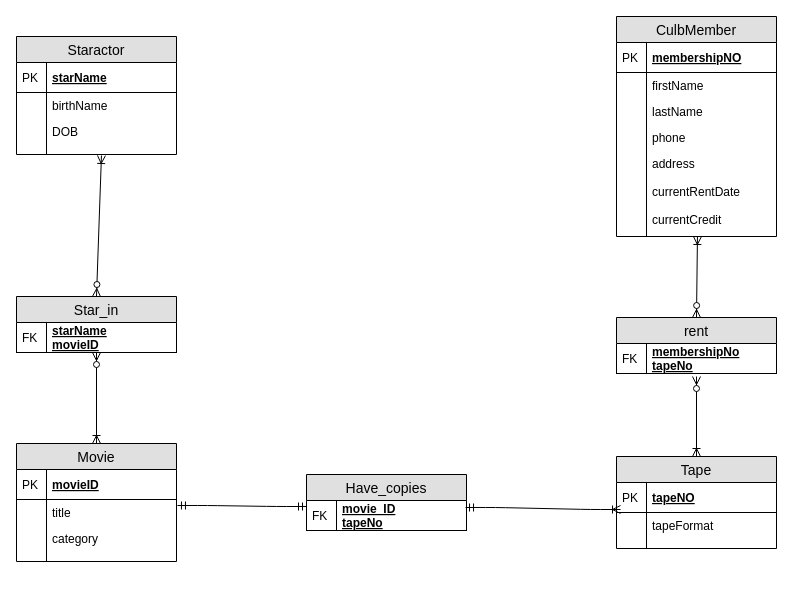
Earlier version of the draw.io diagram 6.drawio (ssd32033/Dteam). Source tidied: cells renumbered, new cells numbered last; positions are measured from the earlier drawing's top-left corner, leaving out a move shared by most shapes. Both pictures are drawn from the tidied source at 100%, with x=0, y=0 at pixel (16, 16).
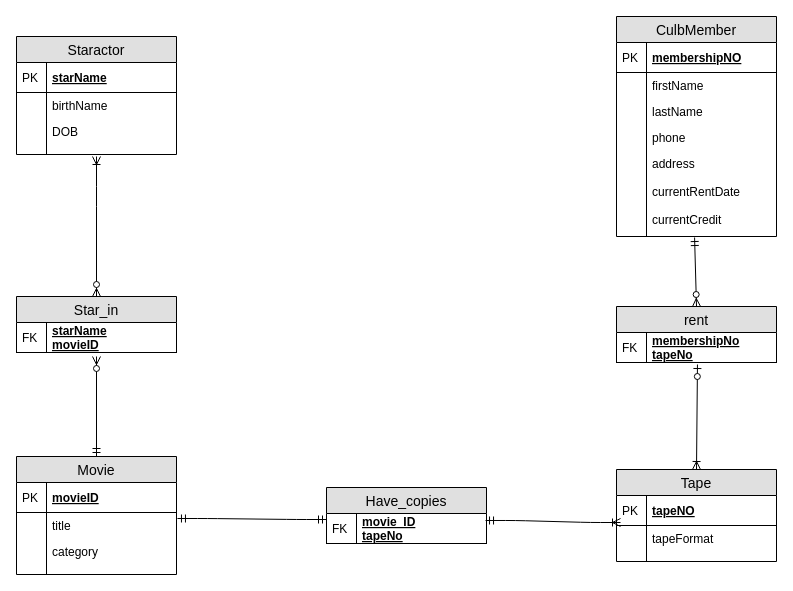
Above is the later version.

Unchanged cells that the change refers to:
```xml
<mxCell id="9" style="shape=partialRectangle;top=0;left=0;right=0;bottom=0;align=left;verticalAlign=top;fillColor=none;spacingLeft=34;spacingRight=4;overflow=hidden;points=[[0,0.5],[1,0.5]];portConstraint=eastwest;fontSize=12;" parent="2" vertex="1">
  <mxGeometry y="108" width="160" height="10" as="geometry" />
</mxCell>
<mxCell id="11" value="Star_in" style="swimlane;fontStyle=0;horizontal=1;startSize=26;fillColor=#e0e0e0;swimlaneFillColor=#ffffff;align=center;fontSize=14;" parent="1" vertex="1">
  <mxGeometry y="280" width="160" height="56" as="geometry" />
</mxCell>
<mxCell id="12" value="starName&#10;movieID" style="shape=partialRectangle;top=0;left=0;right=0;bottom=1;align=left;verticalAlign=middle;fillColor=none;spacingLeft=34;spacingRight=4;overflow=hidden;points=[[0,0.5],[1,0.5]];portConstraint=eastwest;fontStyle=5;fontSize=12;" parent="11" vertex="1">
  <mxGeometry y="26" width="160" height="30" as="geometry" />
</mxCell>
<mxCell id="42" value="address&#10;&#10;currentRentDate&#10;&#10;currentCredit" style="shape=partialRectangle;top=0;left=0;right=0;bottom=0;align=left;verticalAlign=top;fillColor=none;spacingLeft=34;spacingRight=4;overflow=hidden;points=[[0,0.5],[1,0.5]];portConstraint=eastwest;fontSize=12;" parent="33" vertex="1">
  <mxGeometry y="134" width="160" height="86" as="geometry" />
</mxCell>
<mxCell id="45" value="membershipNo&#10;tapeNo" style="shape=partialRectangle;top=0;left=0;right=0;bottom=1;align=left;verticalAlign=middle;fillColor=none;spacingLeft=34;spacingRight=4;overflow=hidden;points=[[0,0.5],[1,0.5]];portConstraint=eastwest;fontStyle=5;fontSize=12;" parent="44" vertex="1">
  <mxGeometry y="26" width="160" height="30" as="geometry" />
</mxCell>
```

Change to the diagram source:
```diff
@@
     <mxCell id="14" value="Movie" style="swimlane;fontStyle=0;horizontal=1;startSize=26;fillColor=#e0e0e0;swimlaneFillColor=#ffffff;align=center;fontSize=14;" parent="1" vertex="1">
-      <mxGeometry y="427" width="160" height="118" as="geometry" />
+      <mxGeometry y="440" width="160" height="118" as="geometry" />
     </mxCell>
@@
     <mxCell id="23" value="Have_copies" style="swimlane;fontStyle=0;horizontal=1;startSize=26;fillColor=#e0e0e0;swimlaneFillColor=#ffffff;align=center;fontSize=14;" parent="1" vertex="1">
-      <mxGeometry x="290" y="458" width="160" height="56" as="geometry" />
+      <mxGeometry x="310" y="471" width="160" height="56" as="geometry" />
     </mxCell>
@@
     <mxCell id="26" value="Tape" style="swimlane;fontStyle=0;horizontal=1;startSize=26;fillColor=#e0e0e0;swimlaneFillColor=#ffffff;align=center;fontSize=14;" parent="1" vertex="1">
-      <mxGeometry x="600" y="440" width="160" height="92" as="geometry" />
+      <mxGeometry x="600" y="453" width="160" height="92" as="geometry" />
     </mxCell>
@@
     <mxCell id="44" value="rent" style="swimlane;fontStyle=0;horizontal=1;startSize=26;fillColor=#e0e0e0;swimlaneFillColor=#ffffff;align=center;fontSize=14;" parent="1" vertex="1">
-      <mxGeometry x="600" y="301" width="160" height="56" as="geometry" />
+      <mxGeometry x="600" y="290" width="160" height="56" as="geometry" />
     </mxCell>
@@
-    <mxCell id="47" style="fontSize=12;html=1;endArrow=ERoneToMany;startArrow=ERzeroToMany;entryX=0.531;entryY=1.1;entryDx=0;entryDy=0;entryPerimeter=0;exitX=0.5;exitY=0;exitDx=0;exitDy=0;" parent="1" edge="1" source="11" target="9">
-      <mxGeometry relative="1" as="geometry" />
+    <mxCell id="47" style="fontSize=12;html=1;endArrow=ERoneToMany;startArrow=ERzeroToMany;exitX=0.5;exitY=0;exitDx=0;exitDy=0;" parent="1" edge="1" source="11">
+      <mxGeometry relative="1" as="geometry">
+        <mxPoint x="80" y="140" as="targetPoint" />
+        <Array as="points">
+          <mxPoint x="80" y="180" />
+        </Array>
+      </mxGeometry>
     </mxCell>
-    <mxCell id="48" style="fontSize=12;html=1;endArrow=ERoneToMany;startArrow=ERzeroToMany;entryX=0.5;entryY=0;entryDx=0;entryDy=0;" parent="1" edge="1" source="12" target="14">
-      <mxGeometry relative="1" as="geometry" />
-    </mxCell>
@@
-    <mxCell id="51" style="fontSize=12;html=1;endArrow=ERoneToMany;startArrow=ERzeroToMany;entryX=0.506;entryY=1;entryDx=0;entryDy=0;entryPerimeter=0;exitX=0.5;exitY=0;exitDx=0;exitDy=0;" parent="1" edge="1" source="44" target="42">
-      <mxGeometry relative="1" as="geometry" />
-    </mxCell>
-    <mxCell id="52" style="fontSize=12;html=1;endArrow=ERoneToMany;startArrow=ERzeroToMany;entryX=0.5;entryY=0;entryDx=0;entryDy=0;" parent="1" edge="1" target="26">
-      <mxGeometry relative="1" as="geometry">
-        <mxPoint x="680" y="360" as="sourcePoint" />
-      </mxGeometry>
-    </mxCell>
+    <mxCell id="53" style="fontSize=12;html=1;endArrow=ERzeroToMany;startArrow=ERmandOne;entryX=0.5;entryY=1.133;entryDx=0;entryDy=0;entryPerimeter=0;exitX=0.5;exitY=0;exitDx=0;exitDy=0;" parent="1" edge="1" source="14" target="12">
+      <mxGeometry relative="1" as="geometry" />
+    </mxCell>
+    <mxCell id="54" style="fontSize=12;html=1;endArrow=ERzeroToMany;startArrow=ERmandOne;entryX=0.5;entryY=0;entryDx=0;entryDy=0;exitX=0.488;exitY=1.012;exitDx=0;exitDy=0;exitPerimeter=0;" parent="1" edge="1" source="42" target="44">
+      <mxGeometry relative="1" as="geometry" />
+    </mxCell>
+    <mxCell id="55" style="fontSize=12;html=1;endArrow=ERoneToMany;startArrow=ERzeroToOne;entryX=0.5;entryY=0;entryDx=0;entryDy=0;exitX=0.506;exitY=1.067;exitDx=0;exitDy=0;exitPerimeter=0;" parent="1" edge="1" source="45" target="26">
+      <mxGeometry relative="1" as="geometry" />
+    </mxCell>
```
